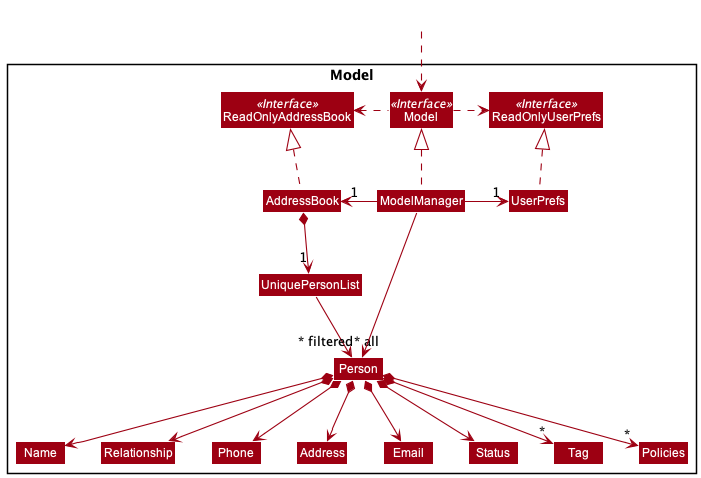
This is docs/images/ModelClassDiagram.png from whoisjustinngo/tp, a PlantUML export, as it was before one commit.
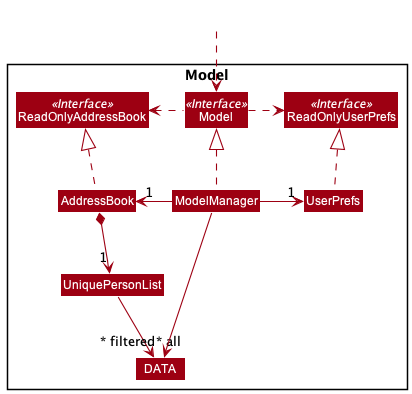
Later version of the same file.

Commit message:
Update UG(Contacts and Details command summary) and DG (Model)

Change to the diagram source:
```diff
@@ -17,15 +17,7 @@
 
 
 Class UniquePersonList
-Class Person
-Class Address
-Class Email
-Class Name
-Class Phone
-Class Tag
-Class Relationship
-Class Status
-Class Policies
+Class DATA
 }
 
 Class HiddenOutside #FFFFFF
@@ -41,22 +33,11 @@
 UserPrefs .up.|> ReadOnlyUserPrefs
 
 AddressBook *--> "1" UniquePersonList
-UniquePersonList --> "~* all" Person
-ModelManager -->"~* filtered" Person
-Person *--> Name
-Person *--> Phone
-Person *--> Relationship
-Person *--> Email
-Person *--> Address
-Person *--> Status
-Person *--> "*" Tag
-Person *--> "*" Policies
+UniquePersonList --> "~* all" DATA
+ModelManager -->"~* filtered" DATA
 
-Name -[hidden]right-> Relationship
-Relationship -[hidden]right-> Phone
-Phone -[hidden]right-> Address
-Status -[hidden]right-> Tag
-Address -[hidden]right-> Email
+
+
 
 
 @enduml
```
